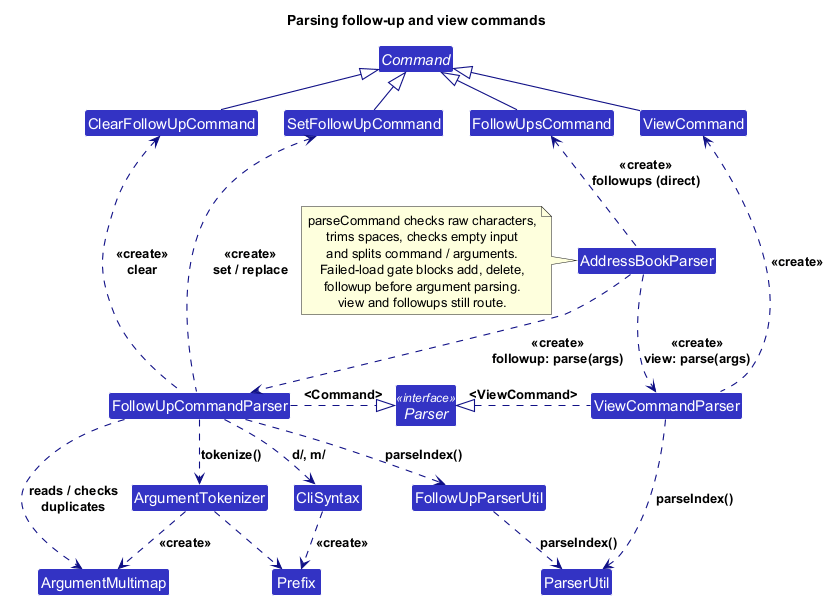
AY2627S1-CS2103T-W13-3/tp keeps this PlantUML diagram as docs/images/ParserClasses.png. Above is the earlier version. Source of this version:
```plantuml
@startuml
!include style.puml
skinparam arrowThickness 1.1
skinparam arrowColor LOGIC_COLOR_T4
skinparam classBackgroundColor LOGIC_COLOR
skinparam nodesep 25
skinparam ranksep 35

title Parsing follow-up and view commands

Class AddressBookParser
Interface Parser <<interface>>
Class FollowUpCommandParser
Class ViewCommandParser
Class FollowUpParserUtil
Class ParserUtil
Class ArgumentTokenizer
Class ArgumentMultimap
Class CliSyntax
Class Prefix

abstract class Command
Class SetFollowUpCommand
Class ClearFollowUpCommand
Class ViewCommand
Class FollowUpsCommand

ClearFollowUpCommand -[hidden]right-> SetFollowUpCommand
SetFollowUpCommand -[hidden]right-> FollowUpsCommand
FollowUpsCommand -[hidden]right-> ViewCommand

AddressBookParser .down.> FollowUpCommandParser : <<create>>\nfollowup: parse(args)
AddressBookParser .down.> ViewCommandParser : <<create>>\nview: parse(args)
FollowUpCommandParser .right.|> Parser : <Command>
ViewCommandParser .left.|> Parser : <ViewCommand>

FollowUpCommandParser .up.> SetFollowUpCommand : <<create>>\nset / replace
FollowUpCommandParser .up.> ClearFollowUpCommand : <<create>>\nclear
ViewCommandParser .up.> ViewCommand : <<create>>
AddressBookParser .up.> FollowUpsCommand : <<create>>\nfollowups (direct)
SetFollowUpCommand -up-|> Command
ClearFollowUpCommand -up-|> Command
ViewCommand -up-|> Command
FollowUpsCommand -up-|> Command

FollowUpCommandParser .down.> FollowUpParserUtil : parseIndex()
FollowUpParserUtil .down.> ParserUtil : parseIndex()
ViewCommandParser .down.> ParserUtil : parseIndex()
FollowUpCommandParser .down.> ArgumentTokenizer : tokenize()
FollowUpCommandParser .down.> ArgumentMultimap : reads / checks\nduplicates
ArgumentTokenizer .down.> ArgumentMultimap : <<create>>
FollowUpCommandParser .down.> CliSyntax : d/, m/
CliSyntax .down.> Prefix : <<create>>
ArgumentTokenizer .down.> Prefix

note left of AddressBookParser
  parseCommand checks raw characters,
  trims spaces, checks empty input
  and splits command / arguments.
  Failed-load gate blocks add, delete,
  followup before argument parsing.
  view and followups still route.
end note

@enduml
```
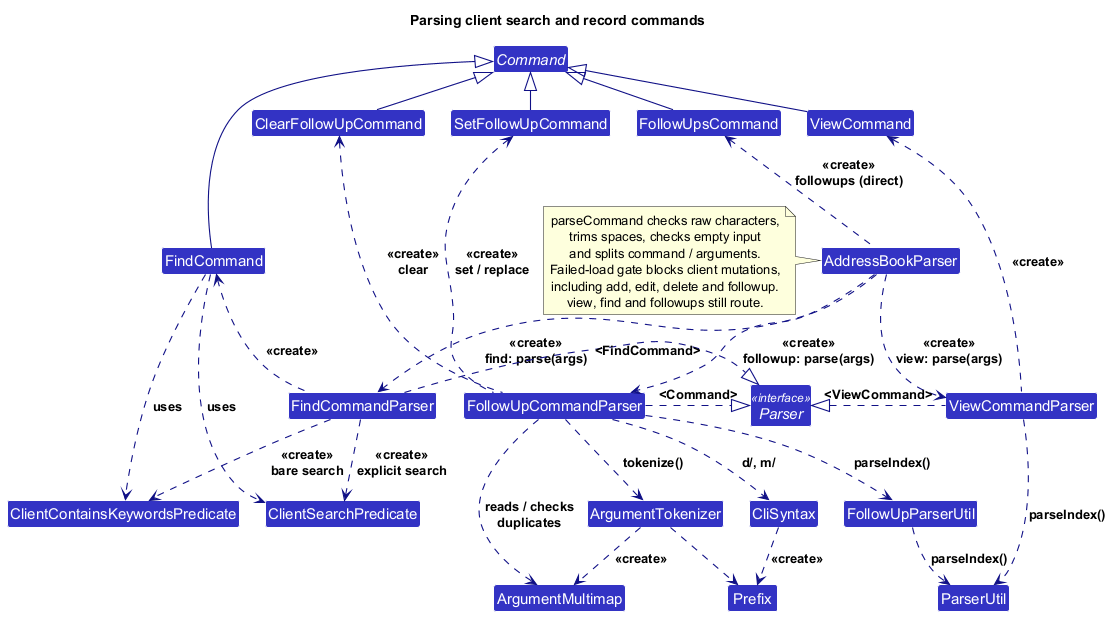
After the change.

Change to the diagram source:
```diff
@@ -6,12 +6,13 @@
 skinparam nodesep 25
 skinparam ranksep 35
 
-title Parsing follow-up and view commands
+title Parsing client search and record commands
 
 Class AddressBookParser
 Interface Parser <<interface>>
 Class FollowUpCommandParser
 Class ViewCommandParser
+Class FindCommandParser
 Class FollowUpParserUtil
 Class ParserUtil
 Class ArgumentTokenizer
@@ -23,7 +24,10 @@
 Class SetFollowUpCommand
 Class ClearFollowUpCommand
 Class ViewCommand
+Class FindCommand
 Class FollowUpsCommand
+Class ClientContainsKeywordsPredicate
+Class ClientSearchPredicate
 
 ClearFollowUpCommand -[hidden]right-> SetFollowUpCommand
 SetFollowUpCommand -[hidden]right-> FollowUpsCommand
@@ -31,21 +35,29 @@
 
 AddressBookParser .down.> FollowUpCommandParser : <<create>>\nfollowup: parse(args)
 AddressBookParser .down.> ViewCommandParser : <<create>>\nview: parse(args)
+AddressBookParser .down.> FindCommandParser : <<create>>\nfind: parse(args)
 FollowUpCommandParser .right.|> Parser : <Command>
 ViewCommandParser .left.|> Parser : <ViewCommand>
+FindCommandParser .right.|> Parser : <FindCommand>
 
 FollowUpCommandParser .up.> SetFollowUpCommand : <<create>>\nset / replace
 FollowUpCommandParser .up.> ClearFollowUpCommand : <<create>>\nclear
 ViewCommandParser .up.> ViewCommand : <<create>>
+FindCommandParser .up.> FindCommand : <<create>>
 AddressBookParser .up.> FollowUpsCommand : <<create>>\nfollowups (direct)
 SetFollowUpCommand -up-|> Command
 ClearFollowUpCommand -up-|> Command
 ViewCommand -up-|> Command
+FindCommand -up-|> Command
 FollowUpsCommand -up-|> Command
 
 FollowUpCommandParser .down.> FollowUpParserUtil : parseIndex()
 FollowUpParserUtil .down.> ParserUtil : parseIndex()
 ViewCommandParser .down.> ParserUtil : parseIndex()
+FindCommandParser .down.> ClientContainsKeywordsPredicate : <<create>>\nbare search
+FindCommandParser .down.> ClientSearchPredicate : <<create>>\nexplicit search
+FindCommand .down.> ClientContainsKeywordsPredicate : uses
+FindCommand .down.> ClientSearchPredicate : uses
 FollowUpCommandParser .down.> ArgumentTokenizer : tokenize()
 FollowUpCommandParser .down.> ArgumentMultimap : reads / checks\nduplicates
 ArgumentTokenizer .down.> ArgumentMultimap : <<create>>
@@ -57,9 +69,9 @@
   parseCommand checks raw characters,
   trims spaces, checks empty input
   and splits command / arguments.
-  Failed-load gate blocks add, delete,
-  followup before argument parsing.
-  view and followups still route.
+  Failed-load gate blocks client mutations,
+  including add, edit, delete and followup.
+  view, find and followups still route.
 end note
 
 @enduml
```
